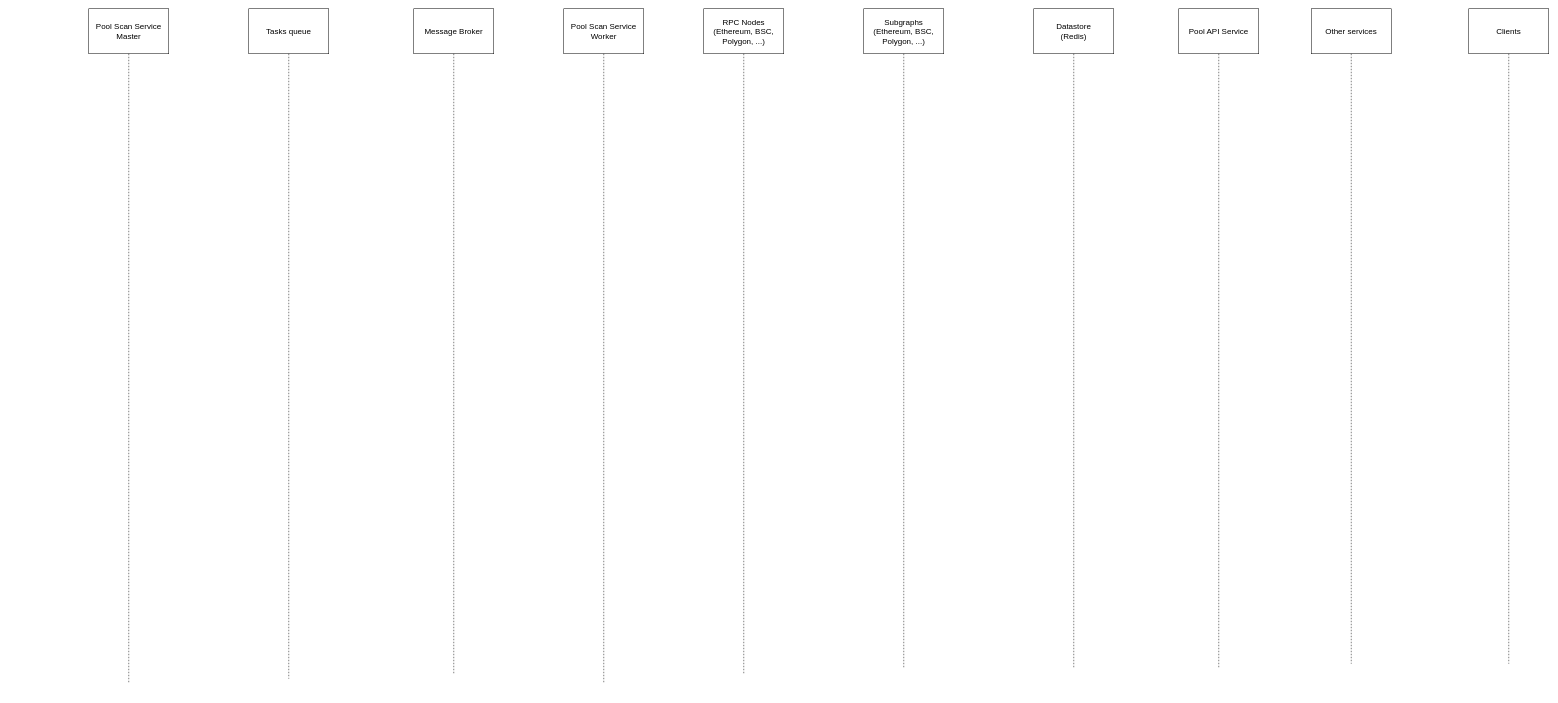
This is Pool service sequence diagram.drawio from piavgh/draw.io-data, a draw.io file, before an edit. Source tidied: cells renumbered, new cells numbered last; positions are measured from the earlier drawing's top-left corner, leaving out a move shared by most shapes. Both pictures are drawn from the tidied source at 50%, with x=0, y=0 at pixel (88, 8).
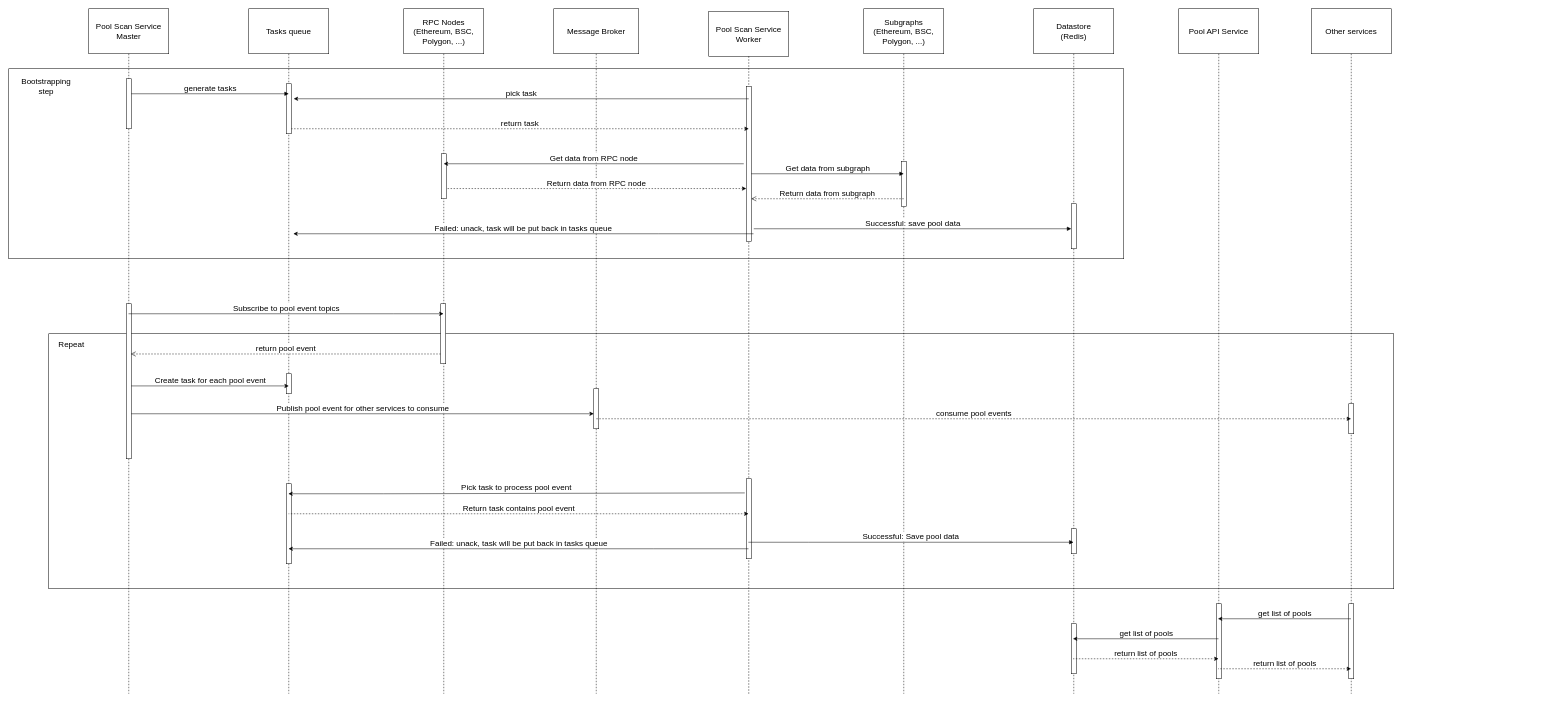
After the change.

Diff of the diagram source:
```diff
@@
+    <mxCell id="12" style="rounded=0;whiteSpace=wrap;html=1;fontSize=16;fillOpacity=50;" parent="1" vertex="1">
+      <mxGeometry x="-80" y="650" width="2690" height="510" as="geometry" />
+    </mxCell>
+    <mxCell id="13" style="rounded=0;whiteSpace=wrap;html=1;fontSize=16;fillOpacity=50;" parent="1" vertex="1">
+      <mxGeometry x="-160" y="120" width="2230" height="380" as="geometry" />
+    </mxCell>
+    <mxCell id="9" value="&lt;span style=&quot;font-size: 16px;&quot;&gt;Message Broker&lt;/span&gt;" style="shape=umlLifeline;perimeter=lifelinePerimeter;whiteSpace=wrap;html=1;size=90;fontSize=16;" parent="1" vertex="1">
+      <mxGeometry x="930" width="170" height="1370" as="geometry" />
+    </mxCell>
+    <mxCell id="14" style="html=1;points=[];perimeter=orthogonalPerimeter;fontSize=16;" parent="9" vertex="1">
+      <mxGeometry x="80" y="760" width="10" height="80" as="geometry" />
+    </mxCell>
-    <mxCell id="2" value="&lt;span style=&quot;font-size: 16px;&quot;&gt;Pool Scan Service Master&lt;/span&gt;" style="shape=umlLifeline;perimeter=lifelinePerimeter;whiteSpace=wrap;html=1;outlineConnect=0;size=90;" parent="1" vertex="1">
-      <mxGeometry width="160" height="1350" as="geometry" />
+    <mxCell id="2" value="&lt;span style=&quot;font-size: 16px;&quot;&gt;Pool Scan Service Master&lt;/span&gt;" style="shape=umlLifeline;perimeter=lifelinePerimeter;whiteSpace=wrap;html=1;outlineConnect=0;size=90;fontSize=16;" parent="1" vertex="1">
+      <mxGeometry width="160" height="1370" as="geometry" />
     </mxCell>
-    <mxCell id="3" value="&lt;span style=&quot;font-size: 16px;&quot;&gt;Clients&lt;/span&gt;" style="shape=umlLifeline;perimeter=lifelinePerimeter;whiteSpace=wrap;html=1;size=90;" parent="1" vertex="1">
-      <mxGeometry x="2760" width="160" height="1310" as="geometry" />
-    </mxCell>
+    <mxCell id="15" style="html=1;points=[];perimeter=orthogonalPerimeter;fontSize=16;" parent="2" vertex="1">
+      <mxGeometry x="75" y="590" width="10" height="310" as="geometry" />
+    </mxCell>
+    <mxCell id="16" style="html=1;points=[];perimeter=orthogonalPerimeter;fontSize=16;" parent="2" vertex="1">
+      <mxGeometry x="75" y="140" width="10" height="100" as="geometry" />
+    </mxCell>
-    <mxCell id="4" value="&lt;span style=&quot;font-size: 16px;&quot;&gt;Other services&lt;/span&gt;" style="shape=umlLifeline;perimeter=lifelinePerimeter;whiteSpace=wrap;html=1;size=90;" parent="1" vertex="1">
-      <mxGeometry x="2445" width="160" height="1310" as="geometry" />
+    <mxCell id="4" value="&lt;span style=&quot;font-size: 16px;&quot;&gt;Other services&lt;/span&gt;" style="shape=umlLifeline;perimeter=lifelinePerimeter;whiteSpace=wrap;html=1;size=90;fontSize=16;" parent="1" vertex="1">
+      <mxGeometry x="2445" width="160" height="1370" as="geometry" />
     </mxCell>
+    <mxCell id="17" style="html=1;perimeter=orthogonalPerimeter;fontSize=16;" parent="4" vertex="1">
+      <mxGeometry x="75" y="1190" width="10" height="150" as="geometry" />
+    </mxCell>
+    <mxCell id="18" style="html=1;perimeter=orthogonalPerimeter;fontSize=16;" parent="4" vertex="1">
+      <mxGeometry x="75" y="790" width="10" height="60" as="geometry" />
+    </mxCell>
-    <mxCell id="5" value="&lt;span style=&quot;font-size: 16px;&quot;&gt;Pool API Service&lt;/span&gt;" style="shape=umlLifeline;perimeter=lifelinePerimeter;whiteSpace=wrap;html=1;size=90;" parent="1" vertex="1">
-      <mxGeometry x="2180" width="160" height="1320" as="geometry" />
+    <mxCell id="5" value="&lt;span style=&quot;font-size: 16px;&quot;&gt;Pool API Service&lt;/span&gt;" style="shape=umlLifeline;perimeter=lifelinePerimeter;whiteSpace=wrap;html=1;size=90;fontSize=16;" parent="1" vertex="1">
+      <mxGeometry x="2180" width="160" height="1370" as="geometry" />
     </mxCell>
+    <mxCell id="19" style="html=1;perimeter=orthogonalPerimeter;fontSize=16;" parent="5" vertex="1">
+      <mxGeometry x="75" y="1190" width="10" height="150" as="geometry" />
+    </mxCell>
-    <mxCell id="6" value="&lt;span style=&quot;font-size: 16px;&quot;&gt;Datastore&lt;/span&gt;&lt;br style=&quot;font-size: 16px;&quot;&gt;&lt;span style=&quot;font-size: 16px;&quot;&gt;(Redis)&lt;/span&gt;" style="shape=umlLifeline;perimeter=lifelinePerimeter;whiteSpace=wrap;html=1;size=90;" parent="1" vertex="1">
-      <mxGeometry x="1890" width="160" height="1320" as="geometry" />
+    <mxCell id="6" value="&lt;span style=&quot;font-size: 16px;&quot;&gt;Datastore&lt;/span&gt;&lt;br style=&quot;font-size: 16px;&quot;&gt;&lt;span style=&quot;font-size: 16px;&quot;&gt;(Redis)&lt;/span&gt;" style="shape=umlLifeline;perimeter=lifelinePerimeter;whiteSpace=wrap;html=1;size=90;fontSize=16;" parent="1" vertex="1">
+      <mxGeometry x="1890" width="160" height="1370" as="geometry" />
     </mxCell>
+    <mxCell id="20" style="html=1;perimeter=orthogonalPerimeter;fontSize=16;" parent="6" vertex="1">
+      <mxGeometry x="75" y="1230" width="10" height="100" as="geometry" />
+    </mxCell>
+    <mxCell id="21" style="html=1;perimeter=orthogonalPerimeter;fontSize=16;" parent="6" vertex="1">
+      <mxGeometry x="75" y="1040" width="10" height="50" as="geometry" />
+    </mxCell>
+    <mxCell id="22" style="html=1;points=[];perimeter=orthogonalPerimeter;fontSize=16;" parent="6" vertex="1">
+      <mxGeometry x="75" y="390" width="10" height="90" as="geometry" />
+    </mxCell>
-    <mxCell id="7" value="&lt;span style=&quot;font-size: 16px;&quot;&gt;Subgraphs&lt;/span&gt;&lt;br style=&quot;font-size: 16px;&quot;&gt;&lt;span style=&quot;font-size: 16px;&quot;&gt;(Ethereum, BSC, Polygon, ...)&lt;/span&gt;" style="shape=umlLifeline;perimeter=lifelinePerimeter;whiteSpace=wrap;html=1;size=90;" parent="1" vertex="1">
-      <mxGeometry x="1550" width="160" height="1320" as="geometry" />
+    <mxCell id="7" value="&lt;span style=&quot;font-size: 16px;&quot;&gt;Subgraphs&lt;/span&gt;&lt;br style=&quot;font-size: 16px;&quot;&gt;&lt;span style=&quot;font-size: 16px;&quot;&gt;(Ethereum, BSC, Polygon, ...)&lt;/span&gt;" style="shape=umlLifeline;perimeter=lifelinePerimeter;whiteSpace=wrap;html=1;size=90;fontSize=16;" parent="1" vertex="1">
+      <mxGeometry x="1550" width="160" height="1370" as="geometry" />
     </mxCell>
+    <mxCell id="23" style="html=1;points=[];perimeter=orthogonalPerimeter;fontSize=16;" parent="7" vertex="1">
+      <mxGeometry x="75" y="305" width="10" height="90" as="geometry" />
+    </mxCell>
-    <mxCell id="8" value="&lt;span style=&quot;font-size: 16px;&quot;&gt;RPC Nodes&lt;/span&gt;&lt;br style=&quot;font-size: 16px; padding: 0px; margin: 0px;&quot;&gt;&lt;span style=&quot;font-size: 16px;&quot;&gt;(Ethereum, BSC, Polygon, ...)&lt;/span&gt;" style="shape=umlLifeline;perimeter=lifelinePerimeter;whiteSpace=wrap;html=1;outlineConnect=0;size=90;" parent="1" vertex="1">
-      <mxGeometry x="1230" width="160" height="1330" as="geometry" />
+    <mxCell id="8" value="&lt;span style=&quot;font-size: 16px;&quot;&gt;RPC Nodes&lt;/span&gt;&lt;br style=&quot;font-size: 16px; padding: 0px; margin: 0px;&quot;&gt;&lt;span style=&quot;font-size: 16px;&quot;&gt;(Ethereum, BSC, Polygon, ...)&lt;/span&gt;" style="shape=umlLifeline;perimeter=lifelinePerimeter;whiteSpace=wrap;html=1;outlineConnect=0;size=90;fontSize=16;" parent="1" vertex="1">
+      <mxGeometry x="630" width="160" height="1370" as="geometry" />
     </mxCell>
-    <mxCell id="9" value="&lt;span style=&quot;font-size: 16px;&quot;&gt;Message Broker&lt;/span&gt;" style="shape=umlLifeline;perimeter=lifelinePerimeter;whiteSpace=wrap;html=1;size=90;" parent="1" vertex="1">
-      <mxGeometry x="650" width="160" height="1330" as="geometry" />
-    </mxCell>
+    <mxCell id="24" style="html=1;perimeter=orthogonalPerimeter;fontSize=16;" parent="8" vertex="1">
+      <mxGeometry x="75" y="290" width="10" height="90" as="geometry" />
+    </mxCell>
-    <mxCell id="10" value="&lt;span style=&quot;font-size: 16px;&quot;&gt;Tasks queue&lt;/span&gt;" style="shape=umlLifeline;perimeter=lifelinePerimeter;whiteSpace=wrap;html=1;outlineConnect=0;size=90;" parent="1" vertex="1">
-      <mxGeometry x="320" width="160" height="1340" as="geometry" />
+    <mxCell id="10" value="&lt;span style=&quot;font-size: 16px;&quot;&gt;Tasks queue&lt;/span&gt;" style="shape=umlLifeline;perimeter=lifelinePerimeter;whiteSpace=wrap;html=1;outlineConnect=0;size=90;fontSize=16;" parent="1" vertex="1">
+      <mxGeometry x="320" width="160" height="1370" as="geometry" />
     </mxCell>
+    <mxCell id="25" style="html=1;perimeter=orthogonalPerimeter;fontSize=16;" parent="10" vertex="1">
+      <mxGeometry x="75" y="950" width="10" height="160" as="geometry" />
+    </mxCell>
+    <mxCell id="26" style="html=1;points=[];perimeter=orthogonalPerimeter;fontSize=16;" parent="10" vertex="1">
+      <mxGeometry x="75" y="730" width="10" height="40" as="geometry" />
+    </mxCell>
+    <mxCell id="27" style="html=1;points=[];perimeter=orthogonalPerimeter;fontSize=16;" parent="10" vertex="1">
+      <mxGeometry x="75" y="150" width="10" height="100" as="geometry" />
+    </mxCell>
-    <mxCell id="11" value="&lt;span style=&quot;font-size: 16px;&quot;&gt;Pool Scan Service Worker&lt;/span&gt;" style="shape=umlLifeline;perimeter=lifelinePerimeter;whiteSpace=wrap;html=1;outlineConnect=0;size=90;" parent="1" vertex="1">
-      <mxGeometry x="950" width="160" height="1350" as="geometry" />
+    <mxCell id="11" value="&lt;span style=&quot;font-size: 16px;&quot;&gt;Pool Scan Service Worker&lt;/span&gt;" style="shape=umlLifeline;perimeter=lifelinePerimeter;whiteSpace=wrap;html=1;outlineConnect=0;size=90;fontSize=16;" parent="1" vertex="1">
+      <mxGeometry x="1240" y="5" width="160" height="1365" as="geometry" />
     </mxCell>
+    <mxCell id="28" style="html=1;points=[];perimeter=orthogonalPerimeter;fontSize=16;" parent="11" vertex="1">
+      <mxGeometry x="75" y="935" width="10" height="160" as="geometry" />
+    </mxCell>
+    <mxCell id="29" style="html=1;points=[];perimeter=orthogonalPerimeter;fontSize=16;" parent="11" vertex="1">
+      <mxGeometry x="75" y="150" width="10" height="310" as="geometry" />
+    </mxCell>
+    <mxCell id="30" value="generate tasks" style="html=1;verticalAlign=bottom;endArrow=block;rounded=0;fontSize=16;entryX=0.5;entryY=0.2;entryDx=0;entryDy=0;entryPerimeter=0;" parent="1" edge="1" source="16" target="27">
+      <mxGeometry relative="1" as="geometry" />
+    </mxCell>
+    <mxCell id="31" value="pick task" style="html=1;verticalAlign=bottom;endArrow=none;rounded=0;fontSize=16;startArrow=classic;startFill=1;endFill=0;entryX=0.5;entryY=0.081;entryDx=0;entryDy=0;entryPerimeter=0;" parent="1" edge="1" target="29">
+      <mxGeometry relative="1" as="geometry">
+        <mxPoint x="410" y="180" as="sourcePoint" />
+      </mxGeometry>
+    </mxCell>
+    <mxCell id="32" value="Return data from RPC node" style="html=1;verticalAlign=bottom;endArrow=none;dashed=1;endSize=8;rounded=0;fontSize=16;startArrow=classic;startFill=1;endFill=0;entryX=0.967;entryY=0.747;entryDx=0;entryDy=0;entryPerimeter=0;" parent="1" edge="1">
+      <mxGeometry relative="1" as="geometry">
+        <mxPoint x="1315" y="359.6" as="sourcePoint" />
+        <mxPoint x="714.7" y="359.6" as="targetPoint" />
+      </mxGeometry>
+    </mxCell>
+    <mxCell id="33" value="Get data from subgraph" style="html=1;verticalAlign=bottom;endArrow=block;rounded=0;fontSize=16;entryX=0.5;entryY=0.278;entryDx=0;entryDy=0;entryPerimeter=0;" parent="1" edge="1" source="29" target="23">
+      <mxGeometry relative="1" as="geometry" />
+    </mxCell>
+    <mxCell id="34" value="Return data from subgraph" style="html=1;verticalAlign=bottom;endArrow=open;dashed=1;endSize=8;rounded=0;fontSize=16;exitX=0.5;exitY=0.833;exitDx=0;exitDy=0;exitPerimeter=0;" parent="1" edge="1" source="23" target="29">
+      <mxGeometry relative="1" as="geometry" />
+    </mxCell>
+    <mxCell id="35" value="Successful: save pool data" style="html=1;verticalAlign=bottom;endArrow=block;rounded=0;fontSize=16;" parent="1" edge="1" target="22">
+      <mxGeometry relative="1" as="geometry">
+        <mxPoint x="1330" y="440" as="sourcePoint" />
+      </mxGeometry>
+    </mxCell>
+    <mxCell id="36" value="return pool event" style="html=1;verticalAlign=bottom;endArrow=open;dashed=1;endSize=8;rounded=0;fontSize=16;entryX=0.9;entryY=0.324;entryDx=0;entryDy=0;entryPerimeter=0;" parent="1" edge="1" source="50" target="15">
+      <mxGeometry relative="1" as="geometry" />
+    </mxCell>
+    <mxCell id="37" value="Create task for each pool event" style="html=1;verticalAlign=bottom;endArrow=classic;rounded=0;fontSize=16;startArrow=none;startFill=0;endFill=1;entryX=0.5;entryY=0.608;entryDx=0;entryDy=0;entryPerimeter=0;" parent="1" edge="1" source="15" target="26">
+      <mxGeometry relative="1" as="geometry" />
+    </mxCell>
+    <mxCell id="38" value="Pick task to process pool event" style="html=1;verticalAlign=bottom;endArrow=none;rounded=0;fontSize=16;startArrow=classic;startFill=1;endFill=0;entryX=-0.3;entryY=0.177;entryDx=0;entryDy=0;entryPerimeter=0;" parent="1" edge="1" target="28">
+      <mxGeometry relative="1" as="geometry">
+        <mxPoint x="399.2" y="970" as="sourcePoint" />
+        <Array as="points">
+          <mxPoint x="590" y="970" />
+        </Array>
+      </mxGeometry>
+    </mxCell>
+    <mxCell id="39" value="Bootstrapping step" style="text;html=1;strokeColor=none;fillColor=none;align=center;verticalAlign=middle;whiteSpace=wrap;rounded=0;dashed=1;fontSize=16;" parent="1" vertex="1">
+      <mxGeometry x="-150" y="140" width="130" height="30" as="geometry" />
+    </mxCell>
+    <mxCell id="40" value="Failed: unack, task will be put back in tasks queue" style="html=1;verticalAlign=bottom;endArrow=none;rounded=0;fontSize=16;startArrow=classic;startFill=1;endFill=0;" parent="1" edge="1" source="10" target="11">
+      <mxGeometry relative="1" as="geometry">
+        <Array as="points">
+          <mxPoint x="1130" y="1080" />
+        </Array>
+      </mxGeometry>
+    </mxCell>
+    <mxCell id="41" value="Publish pool event for other services to consume" style="html=1;verticalAlign=bottom;endArrow=classic;rounded=0;fontSize=16;startArrow=none;startFill=0;endFill=1;entryX=0;entryY=0.625;entryDx=0;entryDy=0;entryPerimeter=0;" parent="1" edge="1" source="15" target="14">
+      <mxGeometry relative="1" as="geometry" />
+    </mxCell>
+    <mxCell id="42" value="get list of pools" style="html=1;verticalAlign=bottom;endArrow=none;rounded=0;fontSize=16;startArrow=classic;startFill=1;endFill=0;" parent="1" edge="1">
+      <mxGeometry relative="1" as="geometry">
+        <mxPoint x="1968.5" y="1260" as="sourcePoint" />
+        <mxPoint x="2259.5" y="1260" as="targetPoint" />
+        <Array as="points">
+          <mxPoint x="2080" y="1260" />
+        </Array>
+      </mxGeometry>
+    </mxCell>
+    <mxCell id="43" value="return list of pools" style="html=1;verticalAlign=bottom;endArrow=none;dashed=1;endSize=8;rounded=0;fontSize=16;startArrow=classic;startFill=1;endFill=0;" parent="1" edge="1">
+      <mxGeometry relative="1" as="geometry">
+        <mxPoint x="2524.5" y="1320" as="sourcePoint" />
+        <mxPoint x="2258.5" y="1320" as="targetPoint" />
+        <Array as="points">
+          <mxPoint x="2420" y="1320" />
+        </Array>
+      </mxGeometry>
+    </mxCell>
+    <mxCell id="44" value="consume pool events" style="html=1;verticalAlign=bottom;endArrow=none;dashed=1;endSize=8;rounded=0;fontSize=16;startArrow=classic;startFill=1;endFill=0;" parent="1" edge="1">
+      <mxGeometry relative="1" as="geometry">
+        <mxPoint x="2524.5" y="820" as="sourcePoint" />
+        <mxPoint x="1014.2" y="820" as="targetPoint" />
+        <Array as="points">
+          <mxPoint x="1540" y="820" />
+        </Array>
+      </mxGeometry>
+    </mxCell>
+    <mxCell id="45" value="Repeat" style="text;html=1;align=center;verticalAlign=middle;strokeColor=none;fillColor=none;fontSize=16;" parent="1" vertex="1">
+      <mxGeometry x="-70" y="660" width="70" height="20" as="geometry" />
+    </mxCell>
+    <mxCell id="46" value="get list of pools" style="html=1;verticalAlign=bottom;endArrow=none;rounded=0;fontSize=16;startArrow=classic;startFill=1;endFill=0;" parent="1" edge="1">
+      <mxGeometry relative="1" as="geometry">
+        <mxPoint x="2258.5" y="1220" as="sourcePoint" />
+        <mxPoint x="2524.5" y="1220" as="targetPoint" />
+        <Array as="points">
+          <mxPoint x="2450" y="1220" />
+        </Array>
+      </mxGeometry>
+    </mxCell>
+    <mxCell id="47" value="return list of pools" style="html=1;verticalAlign=bottom;endArrow=none;dashed=1;endSize=8;rounded=0;fontSize=16;startArrow=classic;startFill=1;endFill=0;" parent="1" edge="1">
+      <mxGeometry relative="1" as="geometry">
+        <mxPoint x="2259.5" y="1300" as="sourcePoint" />
+        <mxPoint x="1968.5" y="1300" as="targetPoint" />
+        <Array as="points">
+          <mxPoint x="2190" y="1300" />
+        </Array>
+      </mxGeometry>
+    </mxCell>
+    <mxCell id="48" value="Successful: Save pool data" style="html=1;verticalAlign=bottom;endArrow=block;rounded=0;fontSize=16;" parent="1" edge="1">
+      <mxGeometry relative="1" as="geometry">
+        <mxPoint x="1319.2" y="1067" as="sourcePoint" />
+        <mxPoint x="1969.5" y="1067" as="targetPoint" />
+        <Array as="points">
+          <mxPoint x="1440" y="1067" />
+        </Array>
+      </mxGeometry>
+    </mxCell>
+    <mxCell id="49" value="Return task contains pool event" style="html=1;verticalAlign=bottom;endArrow=none;dashed=1;endSize=8;rounded=0;fontSize=16;startArrow=classic;startFill=1;endFill=0;" parent="1" edge="1" source="11" target="10">
+      <mxGeometry relative="1" as="geometry">
+        <Array as="points">
+          <mxPoint x="520" y="1010" />
+        </Array>
+      </mxGeometry>
+    </mxCell>
+    <mxCell id="50" style="html=1;points=[];perimeter=orthogonalPerimeter;fontSize=16;" parent="1" vertex="1">
+      <mxGeometry x="704" y="590" width="10" height="120" as="geometry" />
+    </mxCell>
+    <mxCell id="51" value="Subscribe to pool event topics" style="html=1;verticalAlign=bottom;endArrow=classic;rounded=0;fontSize=16;startArrow=none;startFill=0;endFill=1;" parent="1" edge="1" source="2" target="8">
+      <mxGeometry relative="1" as="geometry">
+        <Array as="points">
+          <mxPoint x="610" y="610" />
+        </Array>
+      </mxGeometry>
+    </mxCell>
+    <mxCell id="52" value="Get data from RPC node" style="html=1;verticalAlign=bottom;endArrow=none;rounded=0;fontSize=16;startArrow=classic;startFill=1;endFill=0;entryX=0.5;entryY=0.5;entryDx=0;entryDy=0;entryPerimeter=0;" parent="1" edge="1">
+      <mxGeometry relative="1" as="geometry">
+        <mxPoint x="710" y="310" as="sourcePoint" />
+        <mxPoint x="1310" y="310" as="targetPoint" />
+      </mxGeometry>
+    </mxCell>
+    <mxCell id="53" value="return task" style="html=1;verticalAlign=bottom;endArrow=none;dashed=1;endSize=8;rounded=0;fontSize=16;startArrow=classic;startFill=1;endFill=0;exitX=0.5;exitY=0.274;exitDx=0;exitDy=0;exitPerimeter=0;" parent="1" edge="1" source="29">
+      <mxGeometry relative="1" as="geometry">
+        <mxPoint x="405" y="240" as="targetPoint" />
+      </mxGeometry>
+    </mxCell>
+    <mxCell id="54" value="Failed: unack, task will be put back in tasks queue" style="html=1;verticalAlign=bottom;endArrow=none;rounded=0;fontSize=16;startArrow=classic;startFill=1;endFill=0;" parent="1" edge="1">
+      <mxGeometry relative="1" as="geometry">
+        <mxPoint x="409.2" y="450" as="sourcePoint" />
+        <mxPoint x="1329.5" y="450" as="targetPoint" />
+        <Array as="points">
+          <mxPoint x="1140" y="450" />
+        </Array>
+      </mxGeometry>
+    </mxCell>
```
